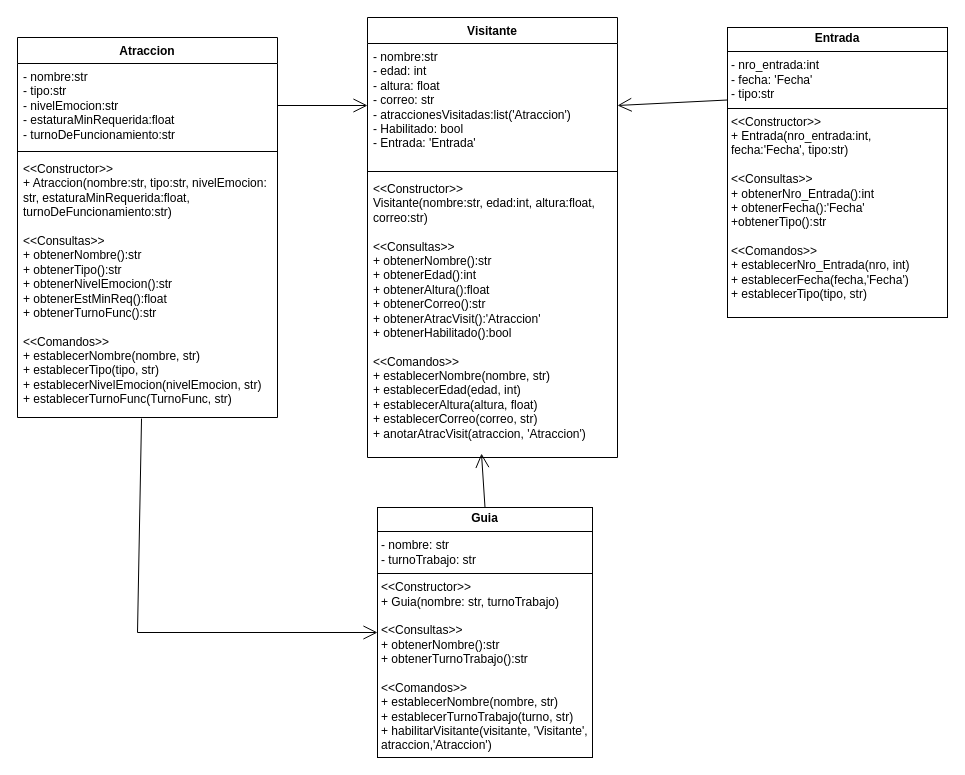
Earlier version of the draw.io diagram TpNro6/EjercicioNro9/EjercicioNro9Tp6.drawio (AndyGar04/Programacion-I). Source tidied: cells renumbered, new cells numbered last; positions are measured from the earlier drawing's top-left corner, leaving out a move shared by most shapes. Both pictures are drawn from the tidied source at 100%, with x=0, y=0 at pixel (17, 17).
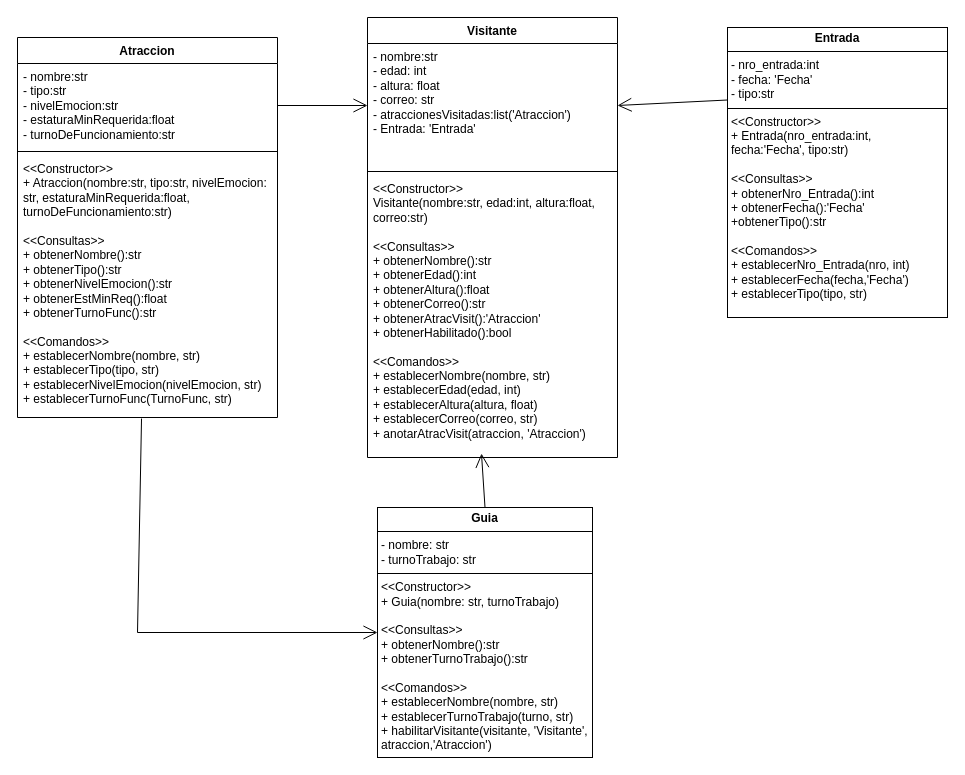
Above is the later version.

What changed in the source:
```diff
@@
 <mxGraphModel>
   <root>
     <mxCell id="0" />
     <mxCell id="1" parent="0" />
     <mxCell id="2" value="&lt;p style=&quot;margin:0px;margin-top:4px;text-align:center;&quot;&gt;&lt;b&gt;Entrada&lt;/b&gt;&lt;/p&gt;&lt;hr size=&quot;1&quot; style=&quot;border-style:solid;&quot;&gt;&lt;p style=&quot;margin:0px;margin-left:4px;&quot;&gt;- nro_entrada:int&lt;/p&gt;&lt;p style=&quot;margin:0px;margin-left:4px;&quot;&gt;- fecha: 'Fecha'&lt;/p&gt;&lt;p style=&quot;margin:0px;margin-left:4px;&quot;&gt;- tipo:str&lt;/p&gt;&lt;hr size=&quot;1&quot; style=&quot;border-style:solid;&quot;&gt;&lt;p style=&quot;margin:0px;margin-left:4px;&quot;&gt;&amp;lt;&amp;lt;Constructor&amp;gt;&amp;gt;&lt;/p&gt;&lt;p style=&quot;margin:0px;margin-left:4px;&quot;&gt;+ Entrada(nro_entrada:int, fecha:'Fecha', tipo:str)&lt;/p&gt;&lt;p style=&quot;margin:0px;margin-left:4px;&quot;&gt;&lt;br&gt;&lt;/p&gt;&lt;p style=&quot;margin:0px;margin-left:4px;&quot;&gt;&amp;lt;&amp;lt;Consultas&amp;gt;&amp;gt;&lt;/p&gt;&lt;p style=&quot;margin:0px;margin-left:4px;&quot;&gt;+ obtenerNro_Entrada():int&lt;/p&gt;&lt;p style=&quot;margin:0px;margin-left:4px;&quot;&gt;+ obtenerFecha():'Fecha'&lt;/p&gt;&lt;p style=&quot;margin:0px;margin-left:4px;&quot;&gt;+obtenerTipo():str&lt;/p&gt;&lt;p style=&quot;margin:0px;margin-left:4px;&quot;&gt;&lt;br&gt;&lt;/p&gt;&lt;p style=&quot;margin:0px;margin-left:4px;&quot;&gt;&amp;lt;&amp;lt;Comandos&amp;gt;&amp;gt;&lt;/p&gt;&lt;p style=&quot;margin:0px;margin-left:4px;&quot;&gt;+ establecerNro_Entrada(nro, int)&lt;/p&gt;&lt;p style=&quot;margin:0px;margin-left:4px;&quot;&gt;+ establecerFecha(fecha,'Fecha')&lt;/p&gt;&lt;p style=&quot;margin:0px;margin-left:4px;&quot;&gt;+ establecerTipo(tipo, str)&lt;/p&gt;" style="verticalAlign=top;align=left;overflow=fill;html=1;whiteSpace=wrap;" parent="1" vertex="1">
       <mxGeometry x="710" y="10" width="220" height="290" as="geometry" />
     </mxCell>
     <mxCell id="3" value="&lt;p style=&quot;margin:0px;margin-top:4px;text-align:center;&quot;&gt;&lt;b&gt;Guia&lt;/b&gt;&lt;/p&gt;&lt;hr size=&quot;1&quot; style=&quot;border-style:solid;&quot;&gt;&lt;p style=&quot;margin:0px;margin-left:4px;&quot;&gt;- nombre: str&lt;/p&gt;&lt;p style=&quot;margin:0px;margin-left:4px;&quot;&gt;- turnoTrabajo: str&lt;/p&gt;&lt;hr size=&quot;1&quot; style=&quot;border-style:solid;&quot;&gt;&lt;p style=&quot;margin:0px;margin-left:4px;&quot;&gt;&amp;lt;&amp;lt;Constructor&amp;gt;&amp;gt;&lt;/p&gt;&lt;p style=&quot;margin:0px;margin-left:4px;&quot;&gt;+ Guia(nombre: str, turnoTrabajo)&lt;/p&gt;&lt;p style=&quot;margin:0px;margin-left:4px;&quot;&gt;&lt;br&gt;&lt;/p&gt;&lt;p style=&quot;margin:0px;margin-left:4px;&quot;&gt;&amp;lt;&amp;lt;Consultas&amp;gt;&amp;gt;&lt;/p&gt;&lt;p style=&quot;margin:0px;margin-left:4px;&quot;&gt;+ obtenerNombre():str&lt;/p&gt;&lt;p style=&quot;margin:0px;margin-left:4px;&quot;&gt;+ obtenerTurnoTrabajo():str&lt;/p&gt;&lt;p style=&quot;margin:0px;margin-left:4px;&quot;&gt;&lt;br&gt;&lt;/p&gt;&lt;p style=&quot;margin:0px;margin-left:4px;&quot;&gt;&amp;lt;&amp;lt;Comandos&amp;gt;&amp;gt;&lt;/p&gt;&lt;p style=&quot;margin:0px;margin-left:4px;&quot;&gt;+ establecerNombre(nombre, str)&lt;/p&gt;&lt;p style=&quot;margin:0px;margin-left:4px;&quot;&gt;+ establecerTurnoTrabajo(turno, str)&lt;/p&gt;&lt;p style=&quot;margin:0px;margin-left:4px;&quot;&gt;+ habilitarVisitante(visitante, 'Visitante', atraccion,'Atraccion'&lt;span style=&quot;background-color: initial;&quot;&gt;)&lt;/span&gt;&lt;/p&gt;&lt;p style=&quot;margin:0px;margin-left:4px;&quot;&gt;&lt;br&gt;&lt;/p&gt;" style="verticalAlign=top;align=left;overflow=fill;html=1;whiteSpace=wrap;" parent="1" vertex="1">
       <mxGeometry x="360" y="490" width="215" height="250" as="geometry" />
     </mxCell>
     <mxCell id="4" value="Atraccion" style="swimlane;fontStyle=1;align=center;verticalAlign=top;horizontal=1;startSize=26;whiteSpace=wrap;html=1;" parent="1" vertex="1">
       <mxGeometry y="20" width="260" height="380" as="geometry" />
     </mxCell>
     <mxCell id="5" value="- nombre:str&lt;div&gt;- tipo:str&lt;/div&gt;&lt;div&gt;- nivelEmocion:str&lt;/div&gt;&lt;div&gt;- estaturaMinRequerida:float&lt;/div&gt;&lt;div&gt;- turnoDeFuncionamiento:str&lt;/div&gt;" style="text;strokeColor=none;fillColor=none;align=left;verticalAlign=top;spacingLeft=4;spacingRight=4;overflow=hidden;points=[[0,0.5],[1,0.5]];portConstraint=eastwest;whiteSpace=wrap;html=1;" parent="4" vertex="1">
       <mxGeometry y="26" width="260" height="84" as="geometry" />
     </mxCell>
     <mxCell id="6" style="line;strokeWidth=1;fillColor=none;align=left;verticalAlign=middle;spacingTop=-1;spacingLeft=3;spacingRight=3;labelPosition=right;strokeColor=inherit;" parent="4" vertex="1">
       <mxGeometry y="110" width="260" height="8" as="geometry" />
     </mxCell>
     <mxCell id="7" value="&amp;lt;&amp;lt;Constructor&amp;gt;&amp;gt;&lt;div&gt;+ Atraccion(nombre:str, tipo:str, nivelEmocion: str, estaturaMinRequerida:float, turnoDeFuncionamiento:str)&lt;/div&gt;&lt;div&gt;&lt;br&gt;&lt;/div&gt;&lt;div&gt;&amp;lt;&amp;lt;Consultas&amp;gt;&amp;gt;&lt;/div&gt;&lt;div&gt;+ obtenerNombre():str&lt;/div&gt;&lt;div&gt;+ obtenerTipo():str&lt;/div&gt;&lt;div&gt;+ obtenerNivelEmocion():str&lt;/div&gt;&lt;div&gt;+ obtenerEstMinReq():float&lt;/div&gt;&lt;div&gt;+ obtenerTurnoFunc():str&lt;/div&gt;&lt;div&gt;&lt;br&gt;&lt;/div&gt;&lt;div&gt;&amp;lt;&amp;lt;Comandos&amp;gt;&amp;gt;&lt;/div&gt;&lt;div&gt;+ establecerNombre(nombre, str)&lt;/div&gt;&lt;div&gt;+ establecerTipo(tipo, str)&lt;/div&gt;&lt;div&gt;+ establecerNivelEmocion(nivelEmocion, str)&lt;/div&gt;&lt;div&gt;+ establecerTurnoFunc(TurnoFunc, str)&lt;/div&gt;" style="text;strokeColor=none;fillColor=none;align=left;verticalAlign=top;spacingLeft=4;spacingRight=4;overflow=hidden;points=[[0,0.5],[1,0.5]];portConstraint=eastwest;whiteSpace=wrap;html=1;" parent="4" vertex="1">
       <mxGeometry y="118" width="260" height="262" as="geometry" />
     </mxCell>
     <mxCell id="8" value="Visitante" style="swimlane;fontStyle=1;align=center;verticalAlign=top;horizontal=1;startSize=26;whiteSpace=wrap;html=1;" parent="1" vertex="1">
       <mxGeometry x="350" width="250" height="440" as="geometry" />
     </mxCell>
-    <mxCell id="9" value="- nombre:str&lt;div&gt;- edad: int&lt;/div&gt;&lt;div&gt;- altura: float&lt;/div&gt;&lt;div&gt;- correo: str&lt;/div&gt;&lt;div&gt;- atraccionesVisitadas:list('Atraccion')&lt;/div&gt;&lt;div&gt;- Habilitado: bool&lt;/div&gt;&lt;div&gt;- Entrada: 'Entrada'&lt;/div&gt;" style="text;strokeColor=none;fillColor=none;align=left;verticalAlign=top;spacingLeft=4;spacingRight=4;overflow=hidden;points=[[0,0.5],[1,0.5]];portConstraint=eastwest;whiteSpace=wrap;html=1;" parent="8" vertex="1">
+    <mxCell id="9" value="- nombre:str&lt;div&gt;- edad: int&lt;/div&gt;&lt;div&gt;- altura: float&lt;/div&gt;&lt;div&gt;- correo: str&lt;/div&gt;&lt;div&gt;- atraccionesVisitadas:list('Atraccion')&lt;/div&gt;&lt;div&gt;- Entrada: 'Entrada'&lt;/div&gt;" style="text;strokeColor=none;fillColor=none;align=left;verticalAlign=top;spacingLeft=4;spacingRight=4;overflow=hidden;points=[[0,0.5],[1,0.5]];portConstraint=eastwest;whiteSpace=wrap;html=1;" parent="8" vertex="1">
       <mxGeometry y="26" width="250" height="124" as="geometry" />
     </mxCell>
     <mxCell id="10" style="line;strokeWidth=1;fillColor=none;align=left;verticalAlign=middle;spacingTop=-1;spacingLeft=3;spacingRight=3;labelPosition=right;strokeColor=inherit;" parent="8" vertex="1">
       <mxGeometry y="150" width="250" height="8" as="geometry" />
     </mxCell>
     <mxCell id="11" value="&amp;lt;&amp;lt;Constructor&amp;gt;&amp;gt;&lt;div&gt;Visitante(nombre:str, edad:int, altura:float, correo:str)&lt;/div&gt;&lt;div&gt;&lt;br&gt;&lt;/div&gt;&lt;div&gt;&amp;lt;&amp;lt;Consultas&amp;gt;&amp;gt;&lt;/div&gt;&lt;div&gt;+ obtenerNombre():str&lt;/div&gt;&lt;div&gt;+ obtenerEdad():int&lt;/div&gt;&lt;div&gt;+ obtenerAltura():float&lt;/div&gt;&lt;div&gt;+ obtenerCorreo():str&lt;/div&gt;&lt;div&gt;+ obtenerAtracVisit():'Atraccion'&lt;/div&gt;&lt;div&gt;+ obtenerHabilitado():bool&lt;/div&gt;&lt;div&gt;&lt;br&gt;&lt;/div&gt;&lt;div&gt;&amp;lt;&amp;lt;Comandos&amp;gt;&amp;gt;&lt;/div&gt;&lt;div&gt;+ establecerNombre(nombre, str)&lt;/div&gt;&lt;div&gt;+ establecerEdad(edad, int)&lt;/div&gt;&lt;div&gt;+ establecerAltura(altura, float)&lt;/div&gt;&lt;div&gt;+ establecerCorreo(correo, str)&lt;/div&gt;&lt;div&gt;+ anotarAtracVisit(atraccion, 'Atraccion')&lt;/div&gt;&lt;div&gt;&lt;br&gt;&lt;/div&gt;" style="text;strokeColor=none;fillColor=none;align=left;verticalAlign=top;spacingLeft=4;spacingRight=4;overflow=hidden;points=[[0,0.5],[1,0.5]];portConstraint=eastwest;whiteSpace=wrap;html=1;" parent="8" vertex="1">
       <mxGeometry y="158" width="250" height="282" as="geometry" />
     </mxCell>
     <mxCell id="12" style="endArrow=open;endFill=1;endSize=12;html=1;rounded=0;exitX=1;exitY=0.5;exitDx=0;exitDy=0;entryX=0;entryY=0.5;entryDx=0;entryDy=0;" parent="1" edge="1" source="5" target="9">
       <mxGeometry relative="1" as="geometry" />
     </mxCell>
     <mxCell id="13" style="endArrow=open;endFill=1;endSize=12;html=1;rounded=0;exitX=0;exitY=0.25;exitDx=0;exitDy=0;entryX=1;entryY=0.5;entryDx=0;entryDy=0;" parent="1" edge="1" source="2" target="9">
       <mxGeometry relative="1" as="geometry" />
     </mxCell>
     <mxCell id="14" style="endArrow=open;endFill=1;endSize=12;html=1;rounded=0;entryX=0.456;entryY=0.986;entryDx=0;entryDy=0;entryPerimeter=0;exitX=0.5;exitY=0;exitDx=0;exitDy=0;" parent="1" edge="1" source="3" target="11">
       <mxGeometry relative="1" as="geometry" />
     </mxCell>
     <mxCell id="15" style="endArrow=open;endFill=1;endSize=12;html=1;rounded=0;exitX=0.477;exitY=1.004;exitDx=0;exitDy=0;exitPerimeter=0;entryX=0;entryY=0.5;entryDx=0;entryDy=0;" parent="1" edge="1" source="7" target="3">
       <mxGeometry relative="1" as="geometry">
         <Array as="points">
           <mxPoint x="120" y="615" />
         </Array>
       </mxGeometry>
     </mxCell>
   </root>
 </mxGraphModel>
```
